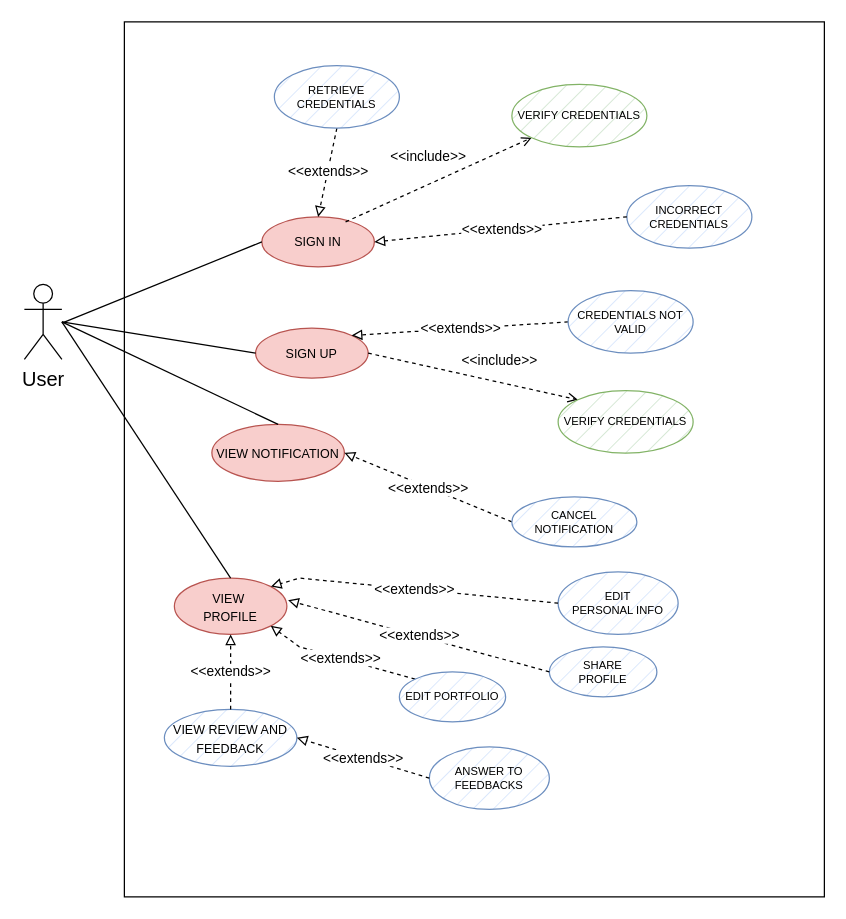
Earlier version of the draw.io diagram use_cases/user.drawio (mattiadanisi00/ids). Source tidied: cells renumbered, new cells numbered last; positions are measured from the earlier drawing's top-left corner, leaving out a move shared by most shapes. Both pictures are drawn from the tidied source at 125%, with x=0, y=0 at pixel (24, 21).
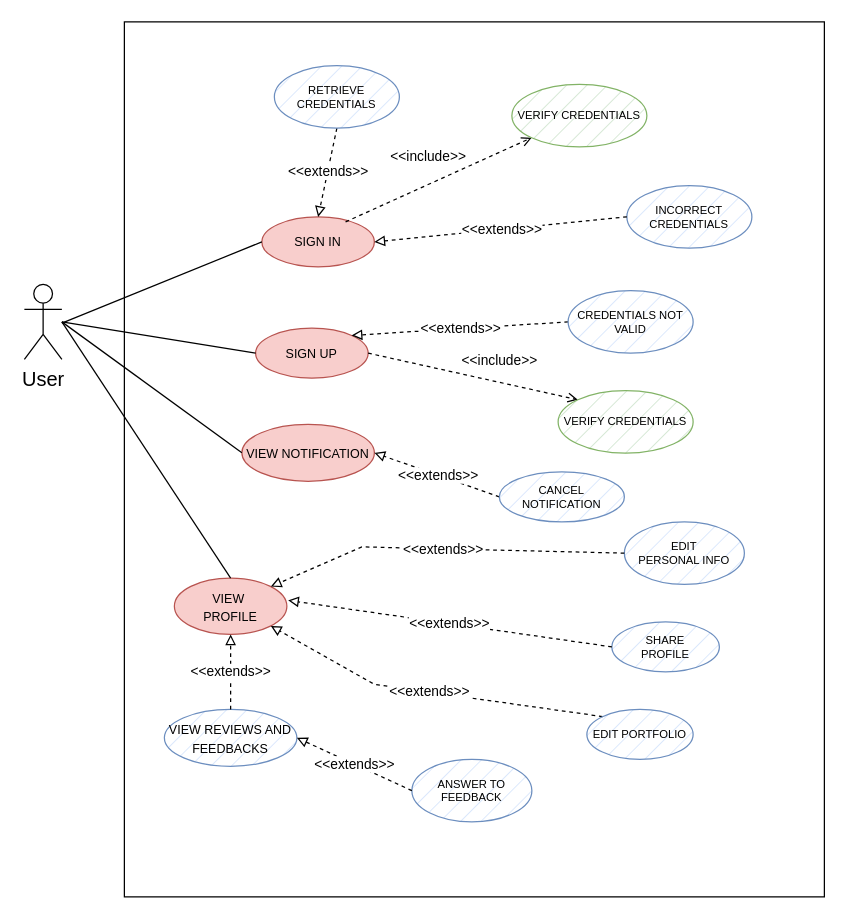
After the change.

Unchanged cells that the change refers to:
```xml
<mxCell id="22" value="&lt;font style=&quot;font-size: 10px;&quot;&gt;VIEW&amp;nbsp;&lt;br&gt;PROFILE&lt;/font&gt;" style="ellipse;whiteSpace=wrap;html=1;fillColor=#f8cecc;strokeColor=#b85450;" parent="1" vertex="1">
  <mxGeometry x="120" y="445" width="90" height="45" as="geometry" />
</mxCell>
```

Change to the diagram source:
```diff
@@
     <mxCell id="18" value="&lt;font size=&quot;1&quot;&gt;VIEW NOTIFICATION&lt;/font&gt;" style="ellipse;whiteSpace=wrap;html=1;fillColor=#f8cecc;strokeColor=#b85450;" parent="1" vertex="1">
-      <mxGeometry x="150" y="322" width="106" height="45.5" as="geometry" />
+      <mxGeometry x="174" y="322" width="106" height="45.5" as="geometry" />
     </mxCell>
@@
     <mxCell id="20" value="CANCEL&lt;br&gt;NOTIFICATION" style="ellipse;whiteSpace=wrap;html=1;fillColor=#dae8fc;strokeColor=#6c8ebf;fontSize=9;strokeWidth=1;fillStyle=hatch;" parent="1" vertex="1">
-      <mxGeometry x="390" y="380" width="100" height="40" as="geometry" />
+      <mxGeometry x="380" y="360" width="100" height="40" as="geometry" />
     </mxCell>
-    <mxCell id="21" style="edgeStyle=none;rounded=0;jettySize=auto;html=1;entryX=0.5;entryY=0;entryDx=0;entryDy=0;strokeColor=default;strokeWidth=1;startArrow=none;startFill=0;endArrow=none;endFill=0;" parent="1" edge="1" target="18">
+    <mxCell id="21" style="edgeStyle=none;rounded=0;jettySize=auto;html=1;entryX=0;entryY=0.5;entryDx=0;entryDy=0;strokeColor=default;strokeWidth=1;startArrow=none;startFill=0;endArrow=none;endFill=0;" parent="1" edge="1" target="18">
       <mxGeometry relative="1" as="geometry">
         <mxPoint x="30" y="240" as="sourcePoint" />
       </mxGeometry>
     </mxCell>
@@
     <mxCell id="23" value="&lt;font style=&quot;font-size: 9px;&quot;&gt;EDIT&lt;br style=&quot;font-size: 9px;&quot;&gt;PERSONAL INFO&lt;br style=&quot;font-size: 9px;&quot;&gt;&lt;/font&gt;" style="ellipse;whiteSpace=wrap;html=1;fillColor=#dae8fc;strokeColor=#6c8ebf;fontSize=9;strokeWidth=1;fillStyle=hatch;" parent="1" vertex="1">
-      <mxGeometry x="427" y="440" width="96" height="50" as="geometry" />
+      <mxGeometry x="480" y="400" width="96" height="50" as="geometry" />
     </mxCell>
     <mxCell id="24" value="&amp;lt;&amp;lt;extends&amp;gt;&amp;gt;" style="endArrow=block;endFill=0;html=1;rounded=0;dashed=1;exitX=0;exitY=0.5;exitDx=0;exitDy=0;entryX=1;entryY=0;entryDx=0;entryDy=0;" parent="1" edge="1" source="23" target="22">
       <mxGeometry relative="1" as="geometry">
         <Array as="points">
-          <mxPoint x="220" y="445" />
+          <mxPoint x="270" y="420" />
         </Array>
       </mxGeometry>
     </mxCell>
     <mxCell id="25" value="&lt;font style=&quot;font-size: 9px;&quot;&gt;SHARE&lt;br&gt;PROFILE&lt;br style=&quot;font-size: 9px;&quot;&gt;&lt;/font&gt;" style="ellipse;whiteSpace=wrap;html=1;fillColor=#dae8fc;strokeColor=#6c8ebf;fontSize=9;strokeWidth=1;fillStyle=hatch;" parent="1" vertex="1">
-      <mxGeometry x="420" y="500" width="86" height="40" as="geometry" />
+      <mxGeometry x="470" y="480" width="86" height="40" as="geometry" />
     </mxCell>
@@
     <mxCell id="27" value="&amp;lt;&amp;lt;extends&amp;gt;&amp;gt;" style="endArrow=block;endFill=0;html=1;rounded=0;dashed=1;entryX=1;entryY=1;entryDx=0;entryDy=0;exitX=0;exitY=0;exitDx=0;exitDy=0;" parent="1" edge="1" source="28" target="22">
       <mxGeometry relative="1" as="geometry">
         <Array as="points">
-          <mxPoint x="220" y="500" />
+          <mxPoint x="280" y="530" />
         </Array>
       </mxGeometry>
     </mxCell>
     <mxCell id="28" value="&lt;font style=&quot;font-size: 9px;&quot;&gt;EDIT PORTFOLIO&lt;br style=&quot;font-size: 9px;&quot;&gt;&lt;/font&gt;" style="ellipse;whiteSpace=wrap;html=1;fillColor=#dae8fc;strokeColor=#6c8ebf;fontSize=9;strokeWidth=1;fillStyle=hatch;" parent="1" vertex="1">
-      <mxGeometry x="300" y="520" width="85" height="40" as="geometry" />
+      <mxGeometry x="450" y="550" width="85" height="40" as="geometry" />
     </mxCell>
@@
-    <mxCell id="30" value="&lt;font size=&quot;1&quot;&gt;VIEW REVIEW AND FEEDBACK&lt;/font&gt;" style="ellipse;whiteSpace=wrap;html=1;fillColor=#dae8fc;strokeColor=#6c8ebf;fillStyle=hatch;" parent="1" vertex="1">
+    <mxCell id="30" value="&lt;font size=&quot;1&quot;&gt;VIEW REVIEWS AND FEEDBACKS&lt;/font&gt;" style="ellipse;whiteSpace=wrap;html=1;fillColor=#dae8fc;strokeColor=#6c8ebf;fillStyle=hatch;" parent="1" vertex="1">
       <mxGeometry x="112" y="550" width="106" height="45.5" as="geometry" />
     </mxCell>
-    <mxCell id="31" value="&lt;font style=&quot;font-size: 9px;&quot;&gt;ANSWER TO&lt;br&gt;FEEDBACKS&lt;br style=&quot;font-size: 9px;&quot;&gt;&lt;/font&gt;" style="ellipse;whiteSpace=wrap;html=1;fillColor=#dae8fc;strokeColor=#6c8ebf;fontSize=9;strokeWidth=1;fillStyle=hatch;" parent="1" vertex="1">
-      <mxGeometry x="324" y="580" width="96" height="50" as="geometry" />
+    <mxCell id="31" value="&lt;font style=&quot;font-size: 9px;&quot;&gt;ANSWER TO&lt;br&gt;FEEDBACK&lt;br style=&quot;font-size: 9px;&quot;&gt;&lt;/font&gt;" style="ellipse;whiteSpace=wrap;html=1;fillColor=#dae8fc;strokeColor=#6c8ebf;fontSize=9;strokeWidth=1;fillStyle=hatch;" parent="1" vertex="1">
+      <mxGeometry x="310" y="590" width="96" height="50" as="geometry" />
     </mxCell>
```
